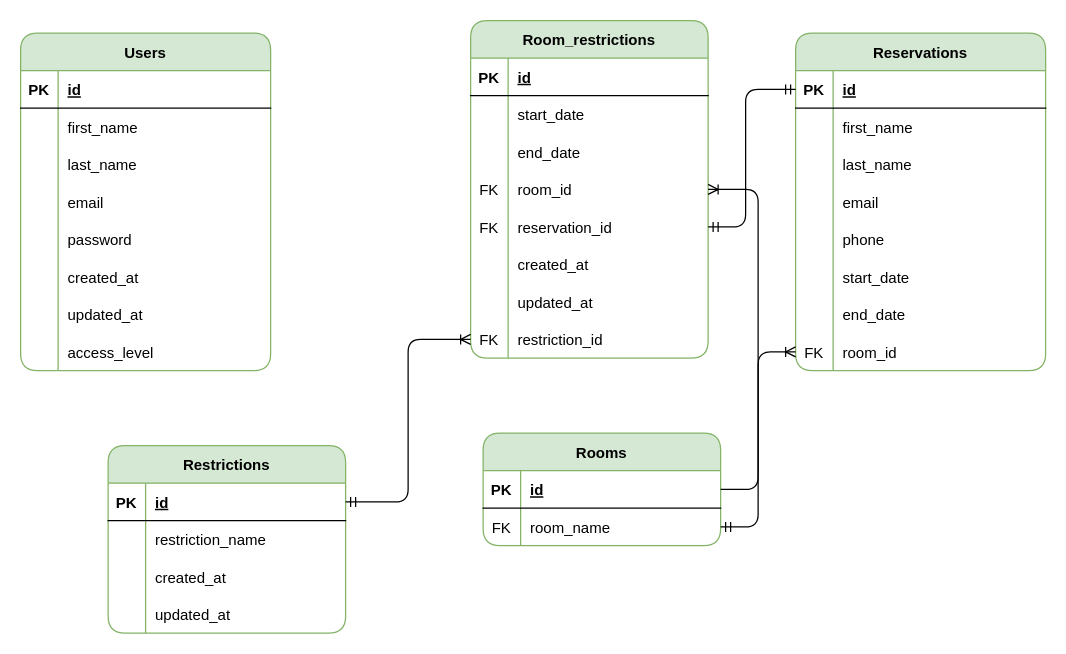
Above: database.drawio in proooooogiba/bookings (draw.io), before the change. Source tidied: cells renumbered, new cells numbered last; positions are measured from the earlier drawing's top-left corner, leaving out a move shared by most shapes. Both pictures are drawn from the tidied source at 125%, with x=0, y=0 at pixel (20, 20).
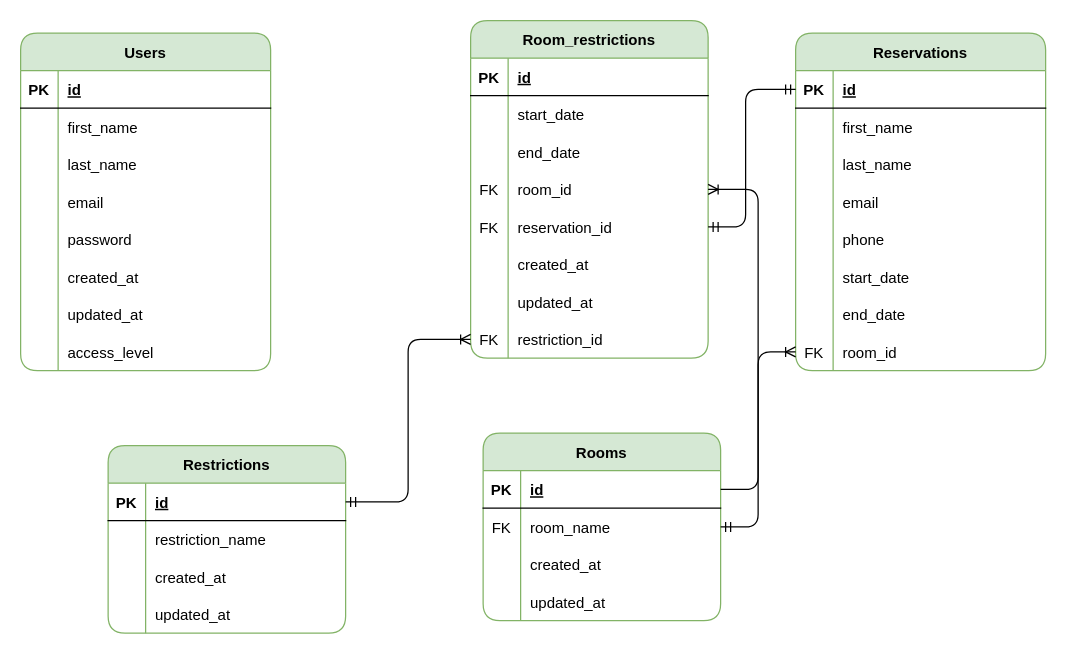
The same diagram, later.

Change to the diagram source:
```diff
@@
     <mxCell id="52" value="Rooms" style="shape=table;startSize=30;childLayout=tableLayout;rowLines=0;fontStyle=1;align=center;rounded=1;fillColor=#d5e8d4;strokeColor=#82b366;" parent="1" vertex="1">
-      <mxGeometry x="370" y="330" width="190" height="90" as="geometry" />
+      <mxGeometry x="370" y="330" width="190" height="150" as="geometry" />
     </mxCell>
@@
+    <mxCell id="101" style="shape=tableRow;horizontal=0;startSize=0;swimlaneHead=0;swimlaneBody=0;fillColor=none;top=0;left=0;right=0;bottom=0;" parent="52" vertex="1">
+      <mxGeometry y="90" width="190" height="30" as="geometry" />
+    </mxCell>
+    <mxCell id="102" style="shape=partialRectangle;fillColor=none;top=0;left=0;bottom=0;right=0;overflow=hidden;" parent="101" vertex="1">
+      <mxGeometry width="30" height="30" as="geometry" />
+    </mxCell>
+    <mxCell id="103" value="created_at" style="shape=partialRectangle;fillColor=none;top=0;left=0;bottom=0;right=0;align=left;spacingLeft=6;overflow=hidden;" parent="101" vertex="1">
+      <mxGeometry x="30" width="160" height="30" as="geometry" />
+    </mxCell>
+    <mxCell id="104" style="shape=tableRow;horizontal=0;startSize=0;swimlaneHead=0;swimlaneBody=0;fillColor=none;top=0;left=0;right=0;bottom=0;" parent="52" vertex="1">
+      <mxGeometry y="120" width="190" height="30" as="geometry" />
+    </mxCell>
+    <mxCell id="105" style="shape=partialRectangle;fillColor=none;top=0;left=0;bottom=0;right=0;overflow=hidden;" parent="104" vertex="1">
+      <mxGeometry width="30" height="30" as="geometry" />
+    </mxCell>
+    <mxCell id="106" value="updated_at" style="shape=partialRectangle;fillColor=none;top=0;left=0;bottom=0;right=0;align=left;spacingLeft=6;overflow=hidden;" parent="104" vertex="1">
+      <mxGeometry x="30" width="160" height="30" as="geometry" />
+    </mxCell>
```
